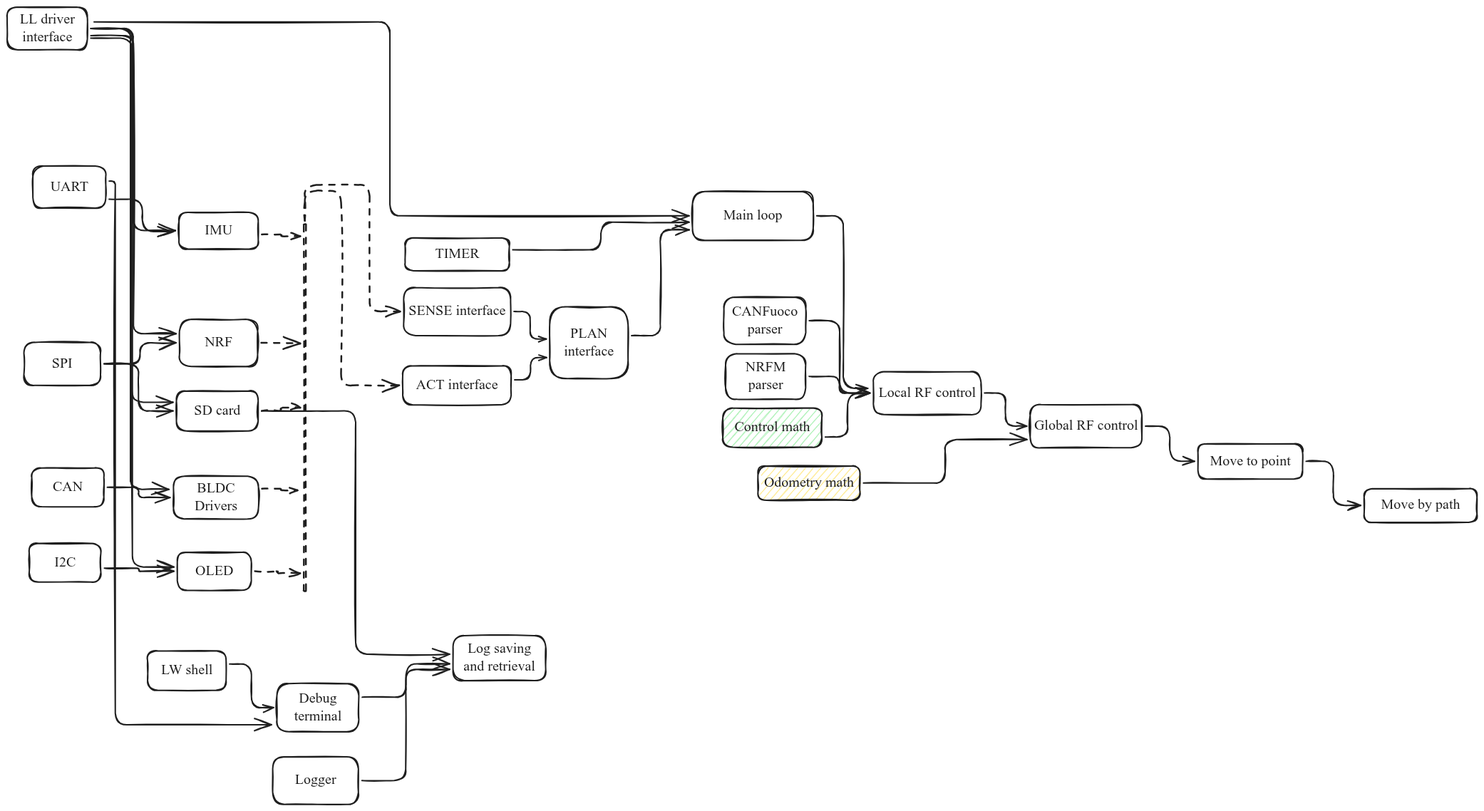
The Excalidraw diagram docs/tech_tree.excalidraw.png in SPbUnited/FootBot4_Firmware, before a commit. Source tidied: one line per element, renumbered; positions are measured from the earlier drawing's top-left corner, leaving out a move shared by most shapes.
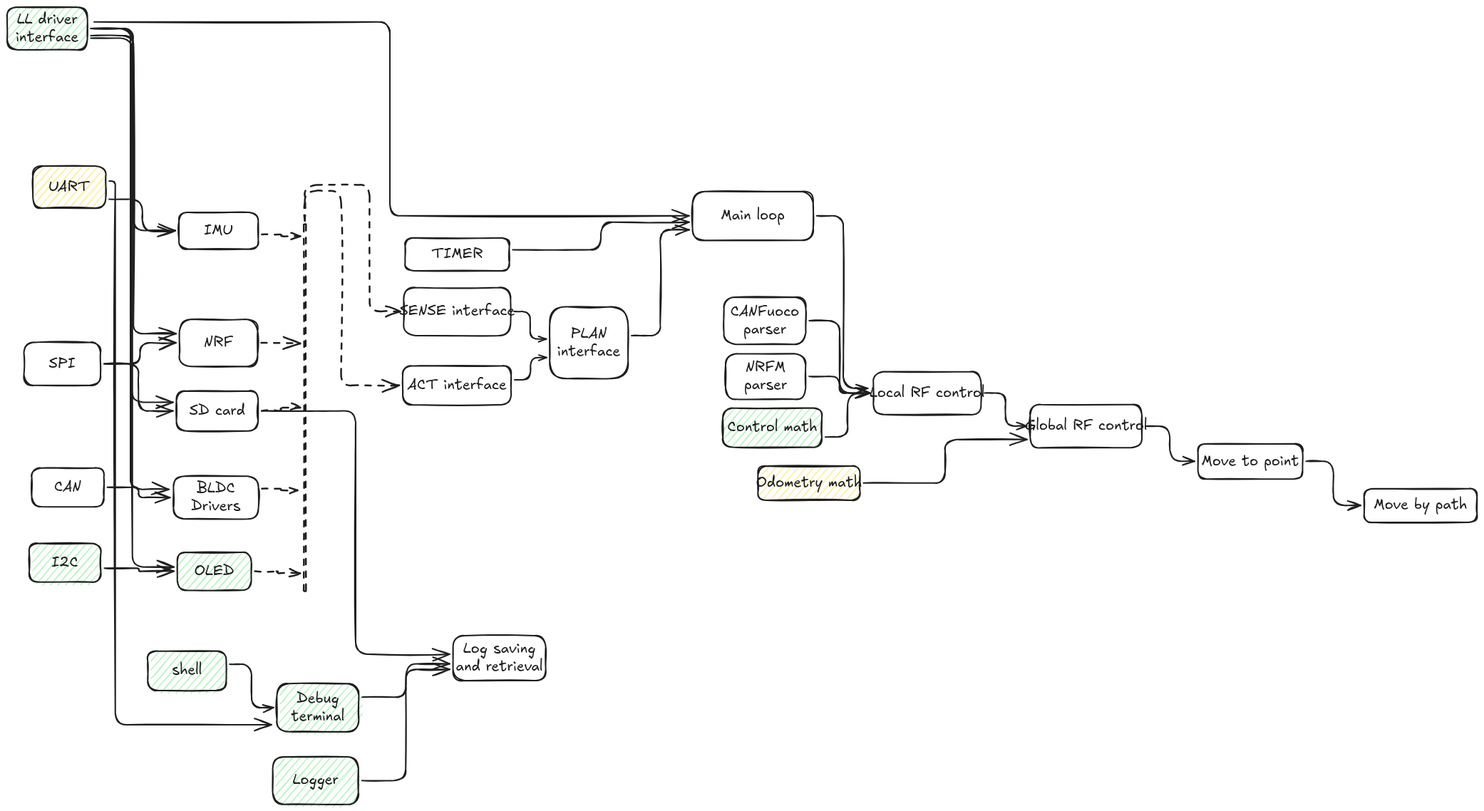
The same file after the commit.

Commit message:
patch: added notes on letter-shell compilation

Diff of the diagram source:
```diff
@@ -1,8 +1,8 @@
-{"id": 0, "type": "rectangle", "strokeColor": "#1e1e1e", "strokeWidth": 2, "roughness": 1, "round": true, "x": 36, "y": 223, "width": 102, "height": 59}
+{"id": 0, "type": "rectangle", "strokeColor": "#1e1e1e", "backgroundColor": "#ffec99", "fillStyle": "hachure", "strokeWidth": 2, "roughness": 1, "round": true, "x": 36, "y": 223, "width": 102, "height": 59}
 {"id": 1, "type": "text", "text": "UART", "strokeColor": "#1e1e1e", "strokeWidth": 2, "roughness": 1, "fontSize": 20, "fontFamily": 5, "textAlign": "center", "verticalAlign": "middle", "inside": 0, "x": 61, "y": 240, "width": 53, "height": 25}
 {"id": 2, "type": "rectangle", "strokeColor": "#1e1e1e", "strokeWidth": 2, "roughness": 1, "round": true, "x": 24, "y": 470, "width": 107, "height": 60}
 {"id": 3, "type": "text", "text": "SPI", "strokeColor": "#1e1e1e", "strokeWidth": 2, "roughness": 1, "fontSize": 20, "fontFamily": 5, "textAlign": "center", "verticalAlign": "middle", "inside": 2, "x": 63, "y": 488, "width": 29, "height": 25}
-{"id": 4, "type": "rectangle", "strokeColor": "#1e1e1e", "strokeWidth": 2, "roughness": 1, "round": true, "x": 378, "y": 949, "width": 115, "height": 67}
+{"id": 4, "type": "rectangle", "strokeColor": "#1e1e1e", "backgroundColor": "#b2f2bb", "fillStyle": "hachure", "strokeWidth": 2, "roughness": 1, "round": true, "x": 378, "y": 949, "width": 115, "height": 67}
 {"id": 5, "type": "text", "text": "Debug\nterminal", "strokeColor": "#1e1e1e", "strokeWidth": 2, "roughness": 1, "fontSize": 20, "fontFamily": 5, "textAlign": "center", "verticalAlign": "middle", "inside": 4, "x": 403, "y": 958, "width": 67, "height": 50}
 {"id": 6, "type": "arrow", "strokeColor": "#1e1e1e", "strokeWidth": 2, "roughness": 1, "endArrowhead": "arrow", "from": 0, "to": 4, "x": 143, "y": 244, "width": 227, "height": 763, "points": [[0, 0], [8, 0], [8, 763], [227, 763]]}
 {"id": 7, "type": "arrow", "strokeColor": "#1e1e1e", "strokeWidth": 2, "roughness": 1, "endArrowhead": "arrow", "from": 0, "to": 45, "x": 143, "y": 270, "width": 87, "height": 45, "points": [[0, 0], [47, 0], [47, 45], [87, 45]]}
@@ -10,14 +10,14 @@
 {"id": 9, "type": "arrow", "strokeColor": "#1e1e1e", "strokeWidth": 2, "roughness": 1, "endArrowhead": "arrow", "from": 2, "to": 49, "x": 136, "y": 501, "width": 96, "height": 66, "points": [[0, 0], [48, 0], [48, 66], [96, 66]]}
 {"id": 10, "type": "rectangle", "strokeColor": "#1e1e1e", "strokeWidth": 2, "roughness": 1, "round": true, "x": 35, "y": 647, "width": 101, "height": 54}
 {"id": 11, "type": "text", "text": "CAN", "strokeColor": "#1e1e1e", "strokeWidth": 2, "roughness": 1, "fontSize": 20, "fontFamily": 5, "textAlign": "center", "verticalAlign": "middle", "inside": 10, "x": 64, "y": 661, "width": 42, "height": 25}
-{"id": 12, "type": "rectangle", "strokeColor": "#1e1e1e", "strokeWidth": 2, "roughness": 1, "round": true, "x": 31, "y": 752, "width": 101, "height": 54}
+{"id": 12, "type": "rectangle", "strokeColor": "#1e1e1e", "backgroundColor": "#b2f2bb", "fillStyle": "hachure", "strokeWidth": 2, "roughness": 1, "round": true, "x": 31, "y": 752, "width": 101, "height": 54}
 {"id": 13, "type": "text", "text": "I2C", "strokeColor": "#1e1e1e", "backgroundColor": "#ffc9c9", "fillStyle": "solid", "strokeWidth": 2, "roughness": 1, "fontSize": 20, "fontFamily": 5, "textAlign": "center", "verticalAlign": "middle", "inside": 12, "x": 66, "y": 767, "width": 30, "height": 25}
 {"id": 14, "type": "arrow", "strokeColor": "#1e1e1e", "strokeWidth": 2, "roughness": 1, "endArrowhead": "arrow", "from": 12, "to": 51, "x": 136, "y": 787, "width": 97, "height": 4, "points": [[0, 0], [49, 0], [49, 4], [97, 4]]}
 {"id": 15, "type": "arrow", "strokeColor": "#1e1e1e", "strokeWidth": 2, "roughness": 1, "endArrowhead": "arrow", "from": 10, "to": 53, "x": 141, "y": 674, "width": 88, "height": 14, "points": [[0, 0], [44, 0], [44, 14], [88, 14]]}
-{"id": 16, "type": "rectangle", "strokeColor": "#1e1e1e", "strokeWidth": 2, "roughness": 1, "round": true, "x": 197, "y": 903, "width": 110, "height": 55}
+{"id": 16, "type": "rectangle", "strokeColor": "#1e1e1e", "backgroundColor": "#b2f2bb", "fillStyle": "hachure", "strokeWidth": 2, "roughness": 1, "round": true, "x": 197, "y": 904, "width": 110, "height": 55}
-{"id": 17, "type": "text", "text": "LW shell", "strokeColor": "#1e1e1e", "backgroundColor": "#ffc9c9", "fillStyle": "solid", "strokeWidth": 2, "roughness": 1, "fontSize": 20, "fontFamily": 5, "textAlign": "center", "verticalAlign": "middle", "inside": 16, "x": 216, "y": 918, "width": 72, "height": 25}
+{"id": 17, "type": "text", "text": "shell", "strokeColor": "#1e1e1e", "backgroundColor": "#ffc9c9", "fillStyle": "solid", "strokeWidth": 2, "roughness": 1, "fontSize": 20, "fontFamily": 5, "textAlign": "center", "verticalAlign": "middle", "inside": 16, "x": 231, "y": 919, "width": 42, "height": 25}
 {"id": 18, "type": "arrow", "strokeColor": "#1e1e1e", "strokeWidth": 2, "roughness": 1, "endArrowhead": "arrow", "from": 16, "to": 4, "x": 312, "y": 922, "width": 61, "height": 61, "points": [[0, 0], [31, 0], [31, 61], [61, 61]]}
-{"id": 19, "type": "rectangle", "strokeColor": "#1e1e1e", "strokeWidth": 2, "roughness": 1, "round": true, "x": 0, "y": 0, "width": 113, "height": 60}
+{"id": 19, "type": "rectangle", "strokeColor": "#1e1e1e", "backgroundColor": "#b2f2bb", "fillStyle": "hachure", "strokeWidth": 2, "roughness": 1, "round": true, "x": 0, "y": 0, "width": 113, "height": 60}
 {"id": 20, "type": "text", "text": "LL driver\ninterface", "strokeColor": "#1e1e1e", "backgroundColor": "#ffc9c9", "fillStyle": "hachure", "strokeWidth": 2, "roughness": 1, "fontSize": 20, "fontFamily": 5, "textAlign": "center", "verticalAlign": "middle", "inside": 19, "x": 18, "y": 5, "width": 77, "height": 50}
 {"id": 21, "type": "arrow", "strokeColor": "#1e1e1e", "strokeWidth": 2, "roughness": 1, "endArrowhead": "arrow", "from": 19, "to": 45, "x": 118, "y": 30, "width": 119, "height": 284, "points": [[0, 0], [59, 0], [59, 284], [119, 284]]}
 {"id": 22, "type": "arrow", "strokeColor": "#1e1e1e", "strokeWidth": 2, "roughness": 1, "endArrowhead": "arrow", "from": 19, "to": 47, "x": 118, "y": 40, "width": 119, "height": 418, "points": [[0, 0], [60, 0], [60, 418], [119, 418]]}
@@ -49,7 +49,7 @@
 {"id": 48, "type": "text", "text": "NRF", "strokeColor": "#1e1e1e", "strokeWidth": 2, "roughness": 1, "fontSize": 20, "fontFamily": 5, "textAlign": "center", "verticalAlign": "middle", "inside": 47, "x": 277, "y": 459, "width": 39, "height": 25}
 {"id": 49, "type": "rectangle", "strokeColor": "#1e1e1e", "strokeWidth": 2, "roughness": 1, "round": true, "x": 238, "y": 539, "width": 115, "height": 56}
 {"id": 50, "type": "text", "text": "SD card", "strokeColor": "#1e1e1e", "strokeWidth": 2, "roughness": 1, "fontSize": 20, "fontFamily": 5, "textAlign": "center", "verticalAlign": "middle", "inside": 49, "x": 262, "y": 554, "width": 65, "height": 25}
-{"id": 51, "type": "rectangle", "strokeColor": "#1e1e1e", "strokeWidth": 2, "roughness": 1, "round": true, "x": 239, "y": 765, "width": 104, "height": 53}
+{"id": 51, "type": "rectangle", "strokeColor": "#1e1e1e", "backgroundColor": "#b2f2bb", "fillStyle": "hachure", "strokeWidth": 2, "roughness": 1, "round": true, "x": 239, "y": 765, "width": 104, "height": 53}
 {"id": 52, "type": "text", "text": "OLED", "strokeColor": "#1e1e1e", "backgroundColor": "#ffc9c9", "fillStyle": "solid", "strokeWidth": 2, "roughness": 1, "fontSize": 20, "fontFamily": 5, "textAlign": "center", "verticalAlign": "middle", "inside": 51, "x": 264, "y": 779, "width": 53, "height": 25}
 {"id": 53, "type": "rectangle", "strokeColor": "#1e1e1e", "strokeWidth": 2, "roughness": 1, "round": true, "x": 233, "y": 658, "width": 119, "height": 60}
 {"id": 54, "type": "text", "text": "BLDC\nDrivers", "strokeColor": "#1e1e1e", "backgroundColor": "#ffc9c9", "fillStyle": "solid", "strokeWidth": 2, "roughness": 1, "fontSize": 20, "fontFamily": 5, "textAlign": "center", "verticalAlign": "middle", "inside": 53, "x": 263, "y": 663, "width": 60, "height": 50}
@@ -85,6 +85,6 @@
 {"id": 84, "type": "rectangle", "strokeColor": "#1e1e1e", "strokeWidth": 2, "roughness": 1, "round": true, "x": 1006, "y": 407, "width": 115, "height": 66}
 {"id": 85, "type": "text", "text": "CANFuoco\nparser", "strokeColor": "#1e1e1e", "strokeWidth": 2, "roughness": 1, "fontSize": 20, "fontFamily": 5, "textAlign": "center", "verticalAlign": "middle", "inside": 84, "x": 1017, "y": 415, "width": 92, "height": 50}
 {"id": 86, "type": "arrow", "strokeColor": "#1e1e1e", "strokeWidth": 2, "roughness": 1, "endArrowhead": "arrow", "from": 84, "to": 65, "x": 1126, "y": 440, "width": 85, "height": 101, "points": [[0, 0], [42, 0], [42, 101], [85, 101]]}
-{"id": 87, "type": "rectangle", "strokeColor": "#1e1e1e", "strokeWidth": 2, "roughness": 1, "round": true, "x": 373, "y": 1052, "width": 120, "height": 67}
+{"id": 87, "type": "rectangle", "strokeColor": "#1e1e1e", "backgroundColor": "#b2f2bb", "fillStyle": "hachure", "strokeWidth": 2, "roughness": 1, "round": true, "x": 373, "y": 1052, "width": 120, "height": 67}
 {"id": 88, "type": "text", "text": "Logger", "strokeColor": "#1e1e1e", "strokeWidth": 2, "roughness": 1, "fontSize": 20, "fontFamily": 5, "textAlign": "center", "verticalAlign": "middle", "inside": 87, "x": 404, "y": 1073, "width": 58, "height": 25}
 {"id": 89, "type": "arrow", "strokeColor": "#1e1e1e", "strokeWidth": 2, "roughness": 1, "endArrowhead": "arrow", "from": 87, "to": 75, "x": 498, "y": 1085, "width": 123, "height": 156, "points": [[0, 0], [61, 0], [61, -156], [123, -156]]}
```
